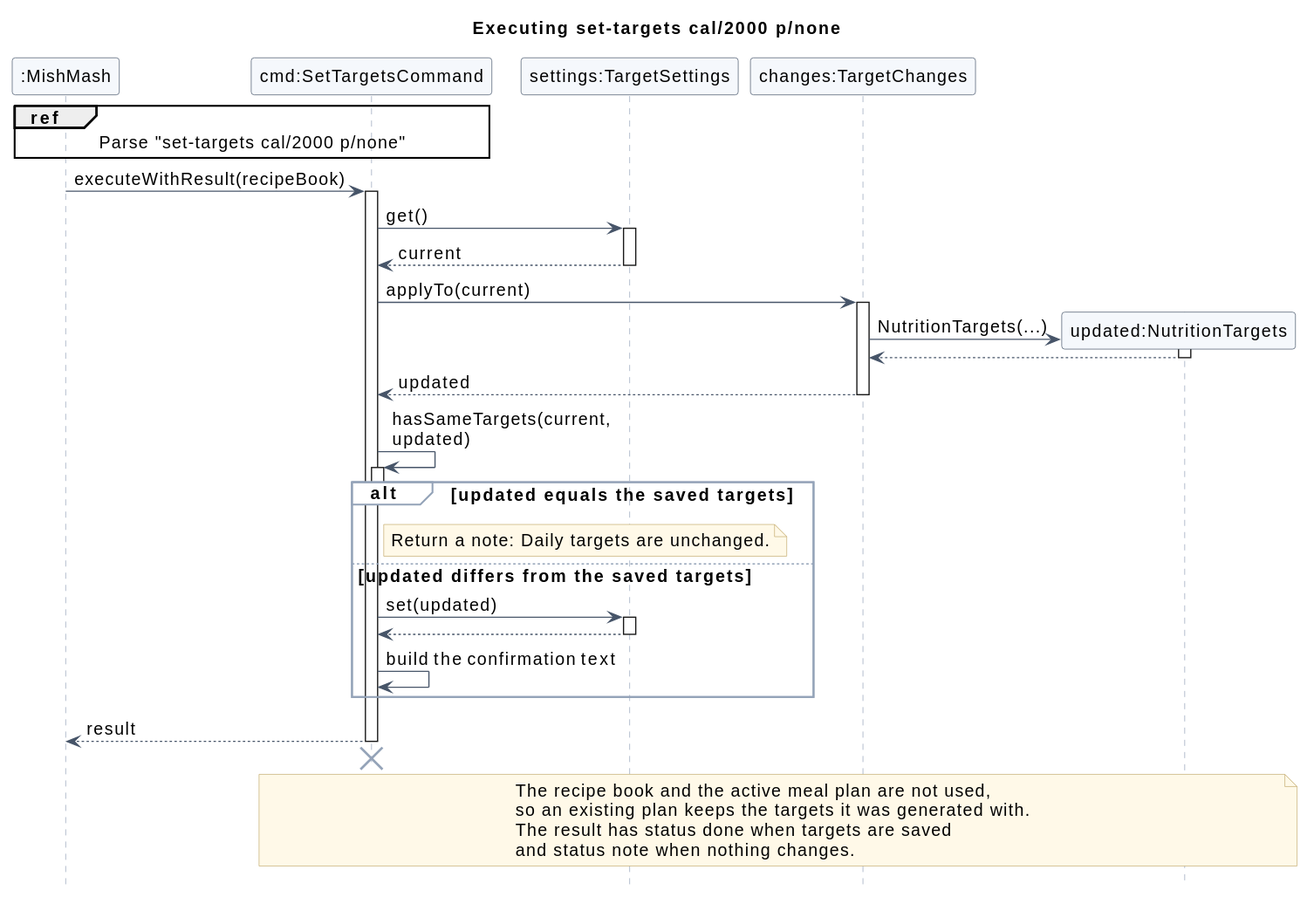
Earlier version of the PlantUML export docs/images/neil0618/targets/set-targets.svg (Rixte/tp). Source of this version:
```plantuml
@startuml
!include ../../rixte/shortfall/style.iuml
title Executing set-targets cal/2000 p/none

participant ":MishMash" as App
participant "cmd:SetTargetsCommand" as Cmd
participant "settings:TargetSettings" as Settings
participant "changes:TargetChanges" as Changes
participant "updated:NutritionTargets" as Updated

ref over App, Cmd : Parse "set-targets cal/2000 p/none"

App -> Cmd : executeWithResult(recipeBook)
activate Cmd

Cmd -> Settings : get()
activate Settings
Settings --> Cmd : current
deactivate Settings

Cmd -> Changes : applyTo(current)
activate Changes
create Updated
Changes -> Updated : NutritionTargets(...)
activate Updated
Updated --> Changes
deactivate Updated
Changes --> Cmd : updated
deactivate Changes

Cmd -> Cmd : hasSameTargets(current, updated)
activate Cmd
deactivate Cmd

alt updated equals the saved targets
  note right of Cmd : Return a note: Daily targets are unchanged.
else updated differs from the saved targets
  Cmd -> Settings : set(updated)
  activate Settings
  Settings --> Cmd
  deactivate Settings

  Cmd -> Cmd : build the confirmation text
end

Cmd --> App : result
deactivate Cmd
Cmd -[hidden]-> App
destroy Cmd

note over Cmd, Updated
  The recipe book and the active meal plan are not used,
  so an existing plan keeps the targets it was generated with.
  The result has status done when targets are saved
  and status note when nothing changes.
end note
@enduml
```
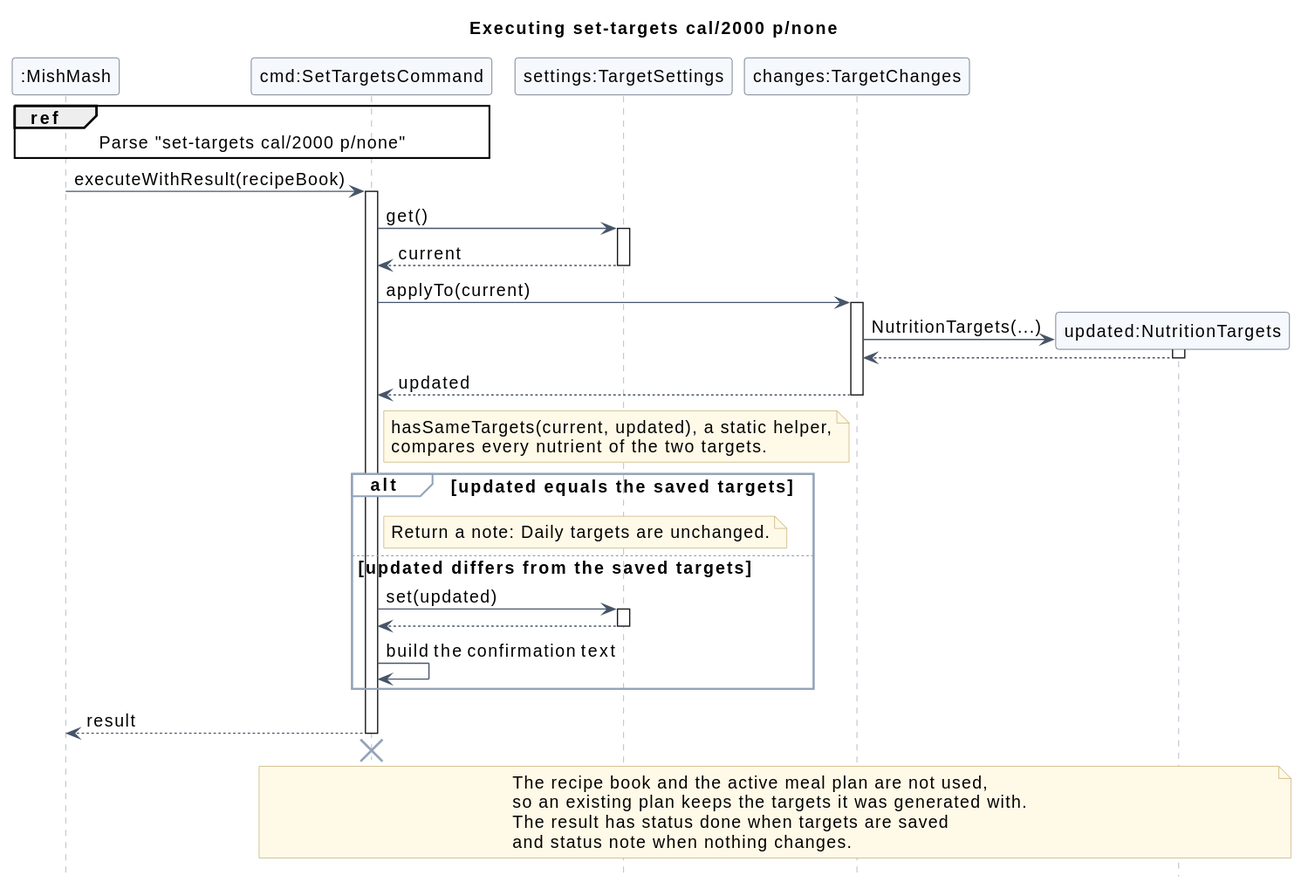
Later version of the same file.

Commit message:
Show hasSameTargets as a note in the set-targets diagram

hasSameTargets is a private static helper, so a self-arrow on the
command object was misleading. Replace it with a note and regenerate
set-targets.svg.

Refs #131

What changed in the source:
```diff
@@ -28,9 +28,10 @@
 Changes --> Cmd : updated
 deactivate Changes
 
-Cmd -> Cmd : hasSameTargets(current, updated)
-activate Cmd
-deactivate Cmd
+note right of Cmd
+  hasSameTargets(current, updated), a static helper,
+  compares every nutrient of the two targets.
+end note
 
 alt updated equals the saved targets
   note right of Cmd : Return a note: Daily targets are unchanged.
```
